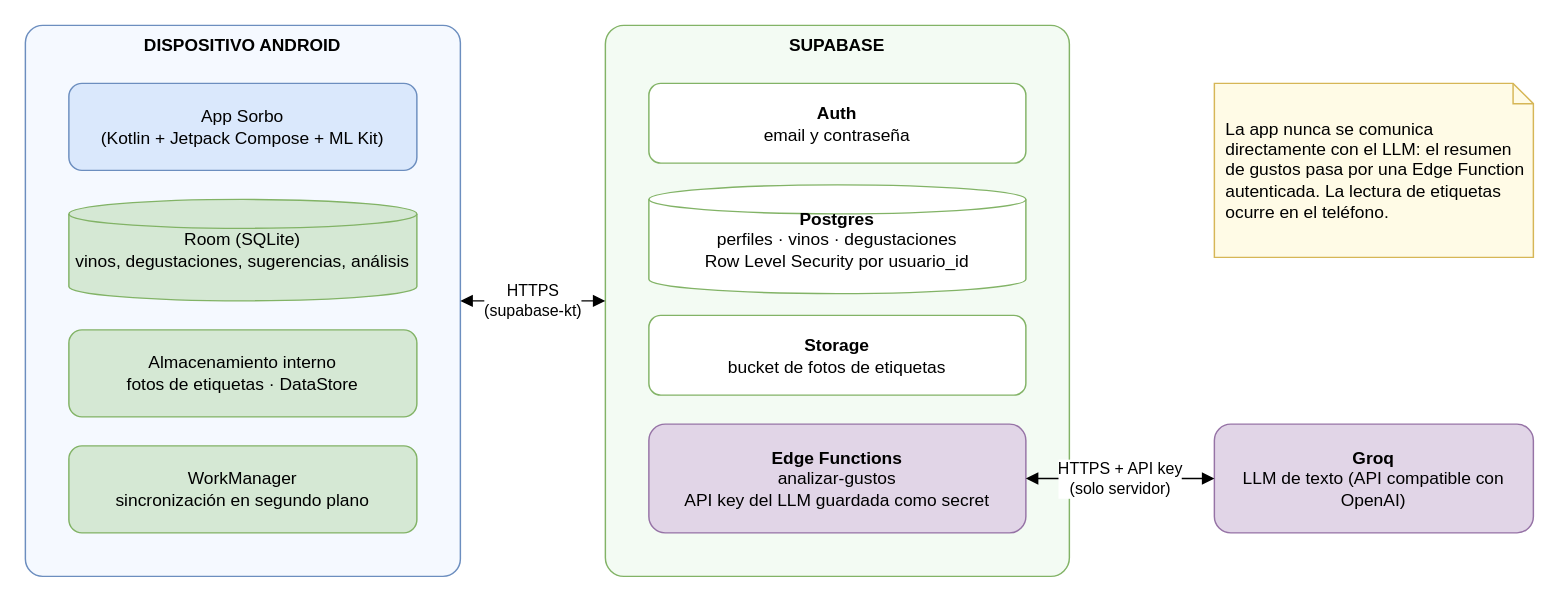
Earlier version of the draw.io diagram page "Topología de infraestructura" (4 of 5) of docs/diagramas/sorbo.drawio (alejogarciabosio/sorbo-app). Source tidied: cells renumbered, new cells numbered last; positions are measured from the earlier drawing's top-left corner, leaving out a move shared by most shapes. Both pictures are drawn from the tidied source at 145%, with x=0, y=0 at pixel (25, 25).
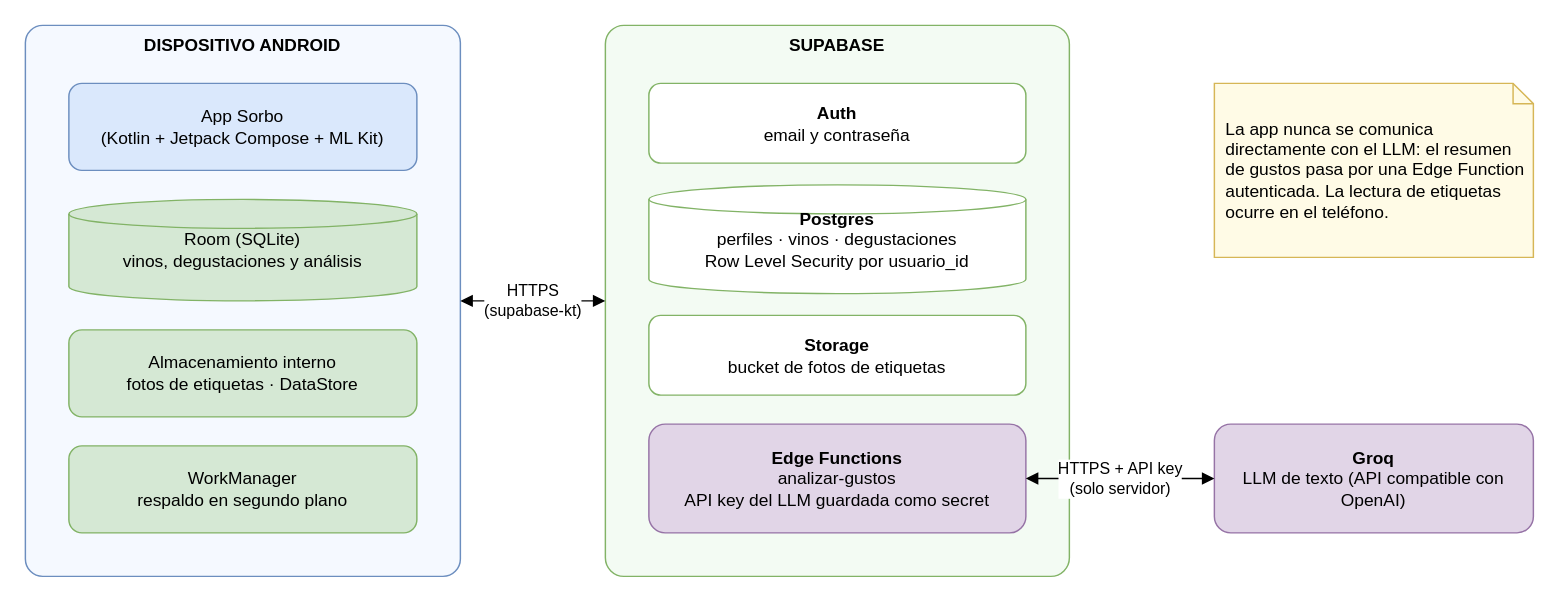
Above is the later version.

Commit message:
docs: topología con Room sin sugerencias y respaldo en segundo plano

Change to the diagram source:
```diff
@@
 <mxGraphModel>
   <root>
     <mxCell id="0" />
     <mxCell id="1" parent="0" />
     <mxCell id="2" value="DISPOSITIVO ANDROID" style="rounded=1;whiteSpace=wrap;html=1;fillColor=#f5f9ff;strokeColor=#6c8ebf;verticalAlign=top;fontStyle=1;arcSize=4;" parent="1" vertex="1">
       <mxGeometry width="300" height="380" as="geometry" />
     </mxCell>
     <mxCell id="3" value="App Sorbo&lt;br&gt;(Kotlin + Jetpack Compose + ML Kit)" style="rounded=1;whiteSpace=wrap;html=1;fillColor=#dae8fc;strokeColor=#6c8ebf;" parent="1" vertex="1">
       <mxGeometry x="30" y="40" width="240" height="60" as="geometry" />
     </mxCell>
-    <mxCell id="4" value="Room (SQLite)&lt;br&gt;vinos, degustaciones, sugerencias, análisis" style="shape=cylinder3;whiteSpace=wrap;html=1;size=10;fillColor=#d5e8d4;strokeColor=#82b366;" parent="1" vertex="1">
+    <mxCell id="4" value="Room (SQLite)&lt;br&gt;vinos, degustaciones y análisis" style="shape=cylinder3;whiteSpace=wrap;html=1;size=10;fillColor=#d5e8d4;strokeColor=#82b366;" parent="1" vertex="1">
       <mxGeometry x="30" y="120" width="240" height="70" as="geometry" />
     </mxCell>
     <mxCell id="5" value="Almacenamiento interno&lt;br&gt;fotos de etiquetas · DataStore" style="rounded=1;whiteSpace=wrap;html=1;fillColor=#d5e8d4;strokeColor=#82b366;" parent="1" vertex="1">
       <mxGeometry x="30" y="210" width="240" height="60" as="geometry" />
     </mxCell>
-    <mxCell id="6" value="WorkManager&lt;br&gt;sincronización en segundo plano" style="rounded=1;whiteSpace=wrap;html=1;fillColor=#d5e8d4;strokeColor=#82b366;" parent="1" vertex="1">
+    <mxCell id="6" value="WorkManager&lt;br&gt;respaldo en segundo plano" style="rounded=1;whiteSpace=wrap;html=1;fillColor=#d5e8d4;strokeColor=#82b366;" parent="1" vertex="1">
       <mxGeometry x="30" y="290" width="240" height="60" as="geometry" />
     </mxCell>
     <mxCell id="7" value="SUPABASE" style="rounded=1;whiteSpace=wrap;html=1;fillColor=#f3fbf3;strokeColor=#82b366;verticalAlign=top;fontStyle=1;arcSize=4;" parent="1" vertex="1">
       <mxGeometry x="400" width="320" height="380" as="geometry" />
     </mxCell>
     <mxCell id="8" value="&lt;b&gt;Auth&lt;/b&gt;&lt;br&gt;email y contraseña" style="rounded=1;whiteSpace=wrap;html=1;fillColor=#ffffff;strokeColor=#82b366;" parent="1" vertex="1">
       <mxGeometry x="430" y="40" width="260" height="55" as="geometry" />
     </mxCell>
     <mxCell id="9" value="&lt;b&gt;Postgres&lt;/b&gt;&lt;br&gt;perfiles · vinos · degustaciones&lt;br&gt;Row Level Security por usuario_id" style="shape=cylinder3;whiteSpace=wrap;html=1;size=10;fillColor=#ffffff;strokeColor=#82b366;" parent="1" vertex="1">
       <mxGeometry x="430" y="110" width="260" height="75" as="geometry" />
     </mxCell>
     <mxCell id="10" value="&lt;b&gt;Storage&lt;/b&gt;&lt;br&gt;bucket de fotos de etiquetas" style="rounded=1;whiteSpace=wrap;html=1;fillColor=#ffffff;strokeColor=#82b366;" parent="1" vertex="1">
       <mxGeometry x="430" y="200" width="260" height="55" as="geometry" />
     </mxCell>
     <mxCell id="11" value="&lt;b&gt;Edge Functions&lt;/b&gt;&lt;br&gt;analizar-gustos&lt;br&gt;API key del LLM guardada como secret" style="rounded=1;whiteSpace=wrap;html=1;fillColor=#e1d5e7;strokeColor=#9673a6;" parent="1" vertex="1">
       <mxGeometry x="430" y="275" width="260" height="75" as="geometry" />
     </mxCell>
     <mxCell id="12" value="&lt;b&gt;Groq&lt;/b&gt;&lt;br&gt;LLM de texto (API compatible con OpenAI)" style="rounded=1;whiteSpace=wrap;html=1;fillColor=#e1d5e7;strokeColor=#9673a6;" parent="1" vertex="1">
       <mxGeometry x="820" y="275" width="220" height="75" as="geometry" />
     </mxCell>
     <mxCell id="13" value="La app nunca se comunica directamente con el LLM: el resumen de gustos pasa por una Edge Function autenticada. La lectura de etiquetas ocurre en el teléfono." style="shape=note;whiteSpace=wrap;html=1;size=14;fillColor=#fffbe6;strokeColor=#d6b656;align=left;spacingLeft=6;" parent="1" vertex="1">
       <mxGeometry x="820" y="40" width="220" height="120" as="geometry" />
     </mxCell>
     <mxCell id="14" value="HTTPS&lt;br&gt;(supabase-kt)" style="html=1;endArrow=block;startArrow=block;" parent="1" edge="1" source="2" target="7">
       <mxGeometry relative="1" as="geometry" />
     </mxCell>
     <mxCell id="15" value="HTTPS + API key&lt;br&gt;(solo servidor)" style="html=1;endArrow=block;startArrow=block;" parent="1" edge="1" source="11" target="12">
       <mxGeometry relative="1" as="geometry" />
     </mxCell>
   </root>
 </mxGraphModel>
```
